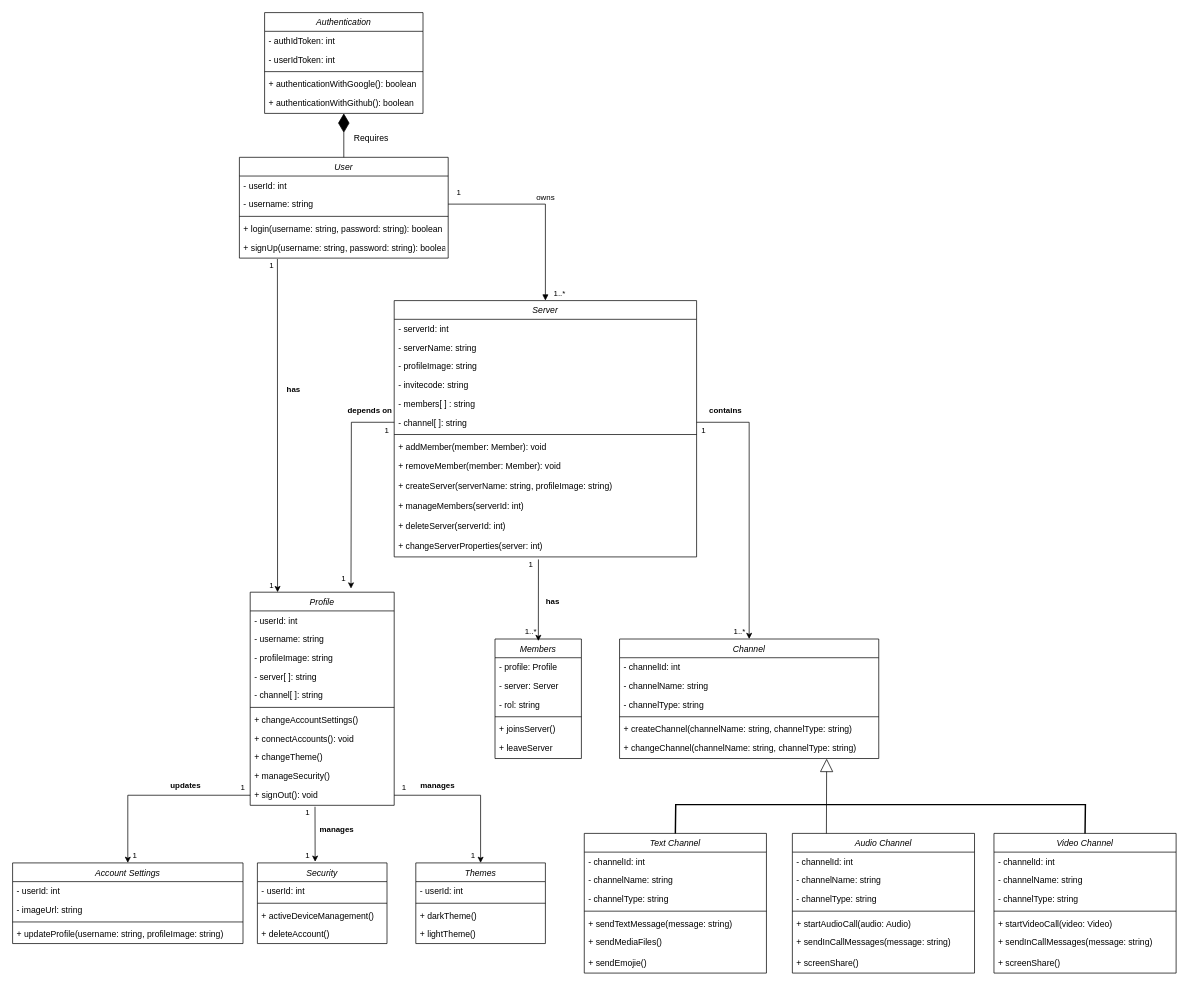
The draw.io diagram Class Diagram.drawio in Harshul1484/BMP-, before the edit. Source tidied: cells renumbered, new cells numbered last; positions are measured from the earlier drawing's top-left corner, leaving out a move shared by most shapes. Both pictures are drawn from the tidied source at 72%, with x=0, y=0 at pixel (12, 12).
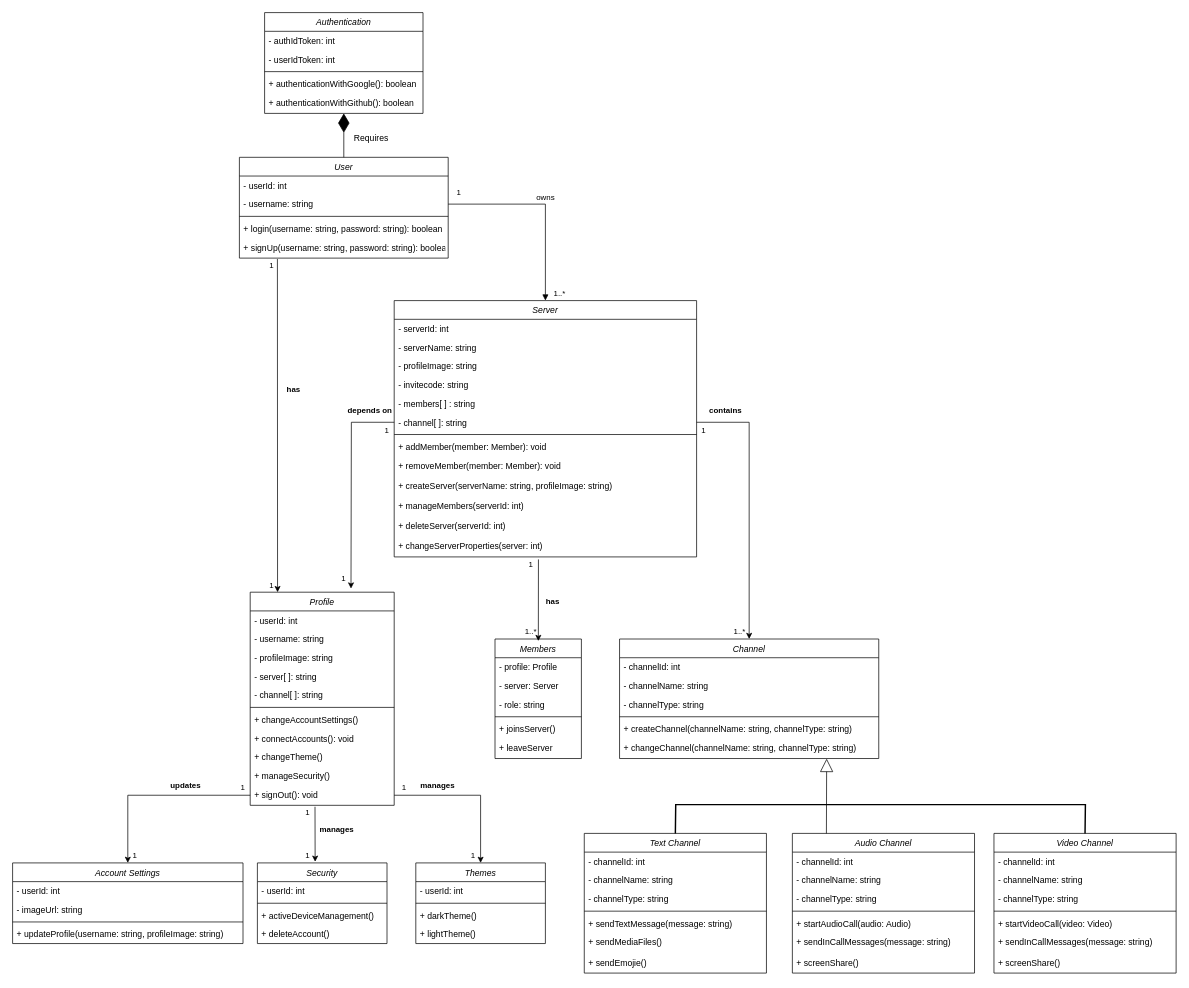
Above is the later version.

The change refers to these unchanged cells:
```xml
<mxCell id="56" value="Members" style="swimlane;fontStyle=2;align=center;verticalAlign=top;horizontal=1;startSize=26;rounded=0;shadow=0;strokeWidth=1;fillColor=none;" parent="1" vertex="1">
  <mxGeometry x="670" y="870" width="120" height="166" as="geometry" />
</mxCell>
```

Change to the diagram source:
```diff
@@
-    <mxCell id="59" value="- rol: string" style="text;align=left;verticalAlign=top;spacingLeft=4;spacingRight=4;overflow=hidden;rounded=0;shadow=0;html=0;" parent="56" vertex="1">
+    <mxCell id="59" value="- role: string" style="text;align=left;verticalAlign=top;spacingLeft=4;spacingRight=4;overflow=hidden;rounded=0;shadow=0;html=0;" parent="56" vertex="1">
       <mxGeometry y="78" width="120" height="26" as="geometry" />
     </mxCell>
```
